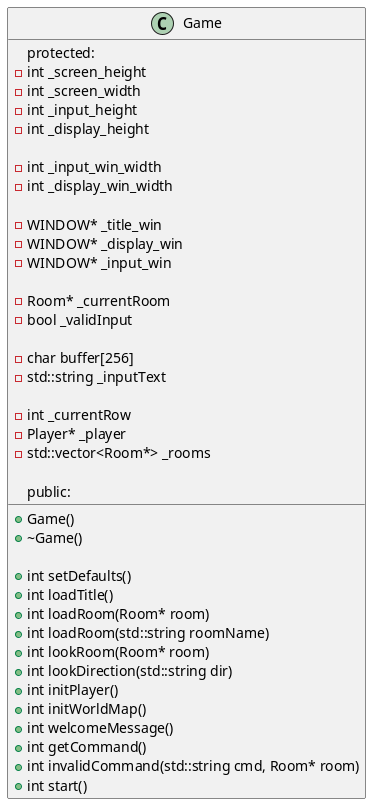
This is docs/design/Game_UML.png from johnholloway77/dragonSlayer, a PlantUML export, as it was before one commit.
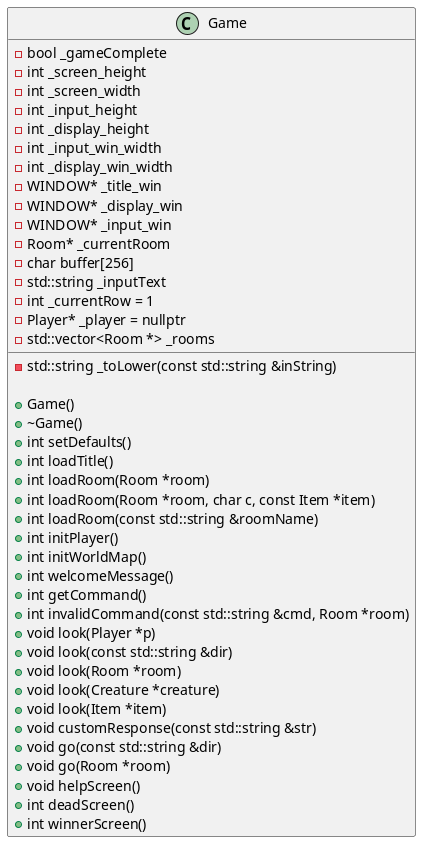
After the change.

Commit message:
Scooby doobie do!!

What changed in the source:
```diff
@@ -1,46 +1,47 @@
 @startuml
 
+class Game {
+  - bool _gameComplete
+  - int _screen_height
+  - int _screen_width
+  - int _input_height
+  - int _display_height
+  - int _input_win_width
+  - int _display_win_width
+  - WINDOW* _title_win
+  - WINDOW* _display_win
+  - WINDOW* _input_win
+  - Room* _currentRoom
+  - char buffer[256]
+  - std::string _inputText
+  - int _currentRow = 1
+  - Player* _player = nullptr
+  - std::vector<Room *> _rooms
+  - std::string _toLower(const std::string &inString)
 
-class Game {
-    protected:
-    -int _screen_height
-    -int _screen_width
-    -int _input_height
-    -int _display_height
-
-    -int _input_win_width
-    -int _display_win_width
-
-    -WINDOW* _title_win
-    -WINDOW* _display_win
-    -WINDOW* _input_win
-
-    -Room* _currentRoom
-    -bool _validInput
-
-    -char buffer[256]
-    -std::string _inputText
-
-    -int _currentRow
-    -Player* _player
-    -std::vector<Room*> _rooms
-
-    public:
-    +Game()
-    +~Game()
-
-    +int setDefaults()
-    +int loadTitle()
-    +int loadRoom(Room* room)
-    +int loadRoom(std::string roomName)
-    +int lookRoom(Room* room)
-    +int lookDirection(std::string dir)
-    +int initPlayer()
-    +int initWorldMap()
-    +int welcomeMessage()
-    +int getCommand()
-    +int invalidCommand(std::string cmd, Room* room)
-    +int start()
+  + Game()
+  + ~Game()
+  + int setDefaults()
+  + int loadTitle()
+  + int loadRoom(Room *room)
+  + int loadRoom(Room *room, char c, const Item *item)
+  + int loadRoom(const std::string &roomName)
+  + int initPlayer()
+  + int initWorldMap()
+  + int welcomeMessage()
+  + int getCommand()
+  + int invalidCommand(const std::string &cmd, Room *room)
+  + void look(Player *p)
+  + void look(const std::string &dir)
+  + void look(Room *room)
+  + void look(Creature *creature)
+  + void look(Item *item)
+  + void customResponse(const std::string &str)
+  + void go(const std::string &dir)
+  + void go(Room *room)
+  + void helpScreen()
+  + int deadScreen()
+  + int winnerScreen()
 }
 
 
```
